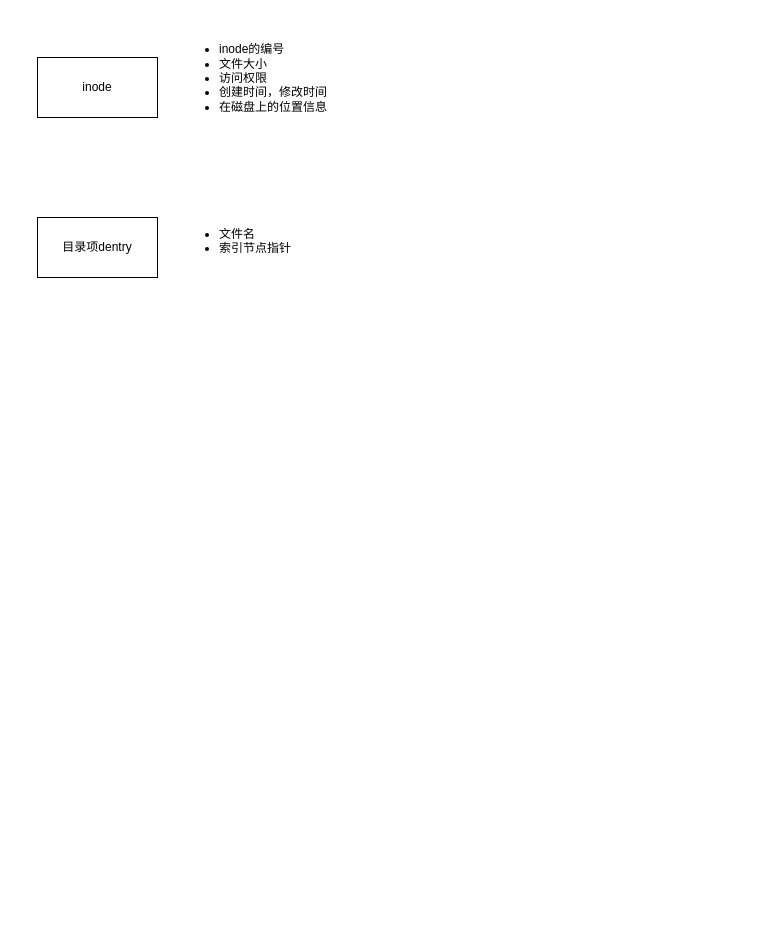
brettKK/brettkk_hugo keeps this draw.io diagram as static/os/test.drawio. Above is the earlier version. Source tidied: cells renumbered, new cells numbered last; positions are measured from the earlier drawing's top-left corner, leaving out a move shared by most shapes. Both pictures are drawn from the tidied source at 100%, with x=0, y=0 at pixel (37, 17).
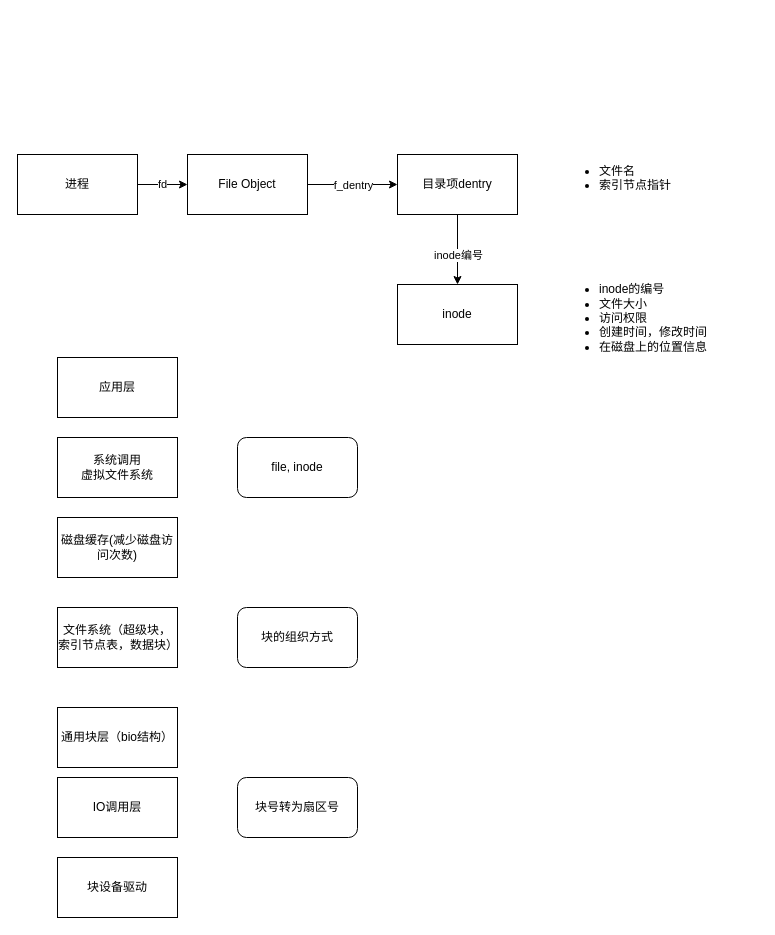
After the change.

What changed in the source:
```diff
@@
     <mxCell id="2" value="inode" style="rounded=0;whiteSpace=wrap;html=1;" parent="1" vertex="1">
-      <mxGeometry y="40" width="120" height="60" as="geometry" />
+      <mxGeometry x="360" y="267" width="120" height="60" as="geometry" />
     </mxCell>
     <mxCell id="3" value="&lt;ul&gt;&lt;li&gt;inode的编号&lt;/li&gt;&lt;li&gt;文件大小&lt;/li&gt;&lt;li&gt;访问权限&lt;/li&gt;&lt;li&gt;创建时间，修改时间&lt;/li&gt;&lt;li&gt;在磁盘上的位置信息&lt;/li&gt;&lt;/ul&gt;&lt;div&gt;&lt;br&gt;&lt;/div&gt;&lt;div&gt;&lt;br&gt;&lt;/div&gt;" style="text;strokeColor=none;fillColor=none;html=1;whiteSpace=wrap;verticalAlign=middle;overflow=hidden;" parent="1" vertex="1">
-      <mxGeometry x="140" width="200" height="150" as="geometry" />
+      <mxGeometry x="520" y="240" width="200" height="150" as="geometry" />
     </mxCell>
+    <mxCell id="6" style="edgeStyle=orthogonalEdgeStyle;rounded=0;jettySize=auto;html=1;exitX=0.5;exitY=1;exitDx=0;exitDy=0;" parent="1" edge="1" source="4" target="2">
+      <mxGeometry relative="1" as="geometry" />
+    </mxCell>
+    <mxCell id="7" value="inode编号" style="edgeLabel;html=1;align=center;verticalAlign=middle;" parent="6" vertex="1">
+      <mxGeometry x="0.13" relative="1" as="geometry" />
+    </mxCell>
     <mxCell id="4" value="目录项dentry" style="rounded=0;whiteSpace=wrap;html=1;" parent="1" vertex="1">
-      <mxGeometry y="200" width="120" height="60" as="geometry" />
+      <mxGeometry x="360" y="137" width="120" height="60" as="geometry" />
     </mxCell>
     <mxCell id="5" value="&lt;ul&gt;&lt;li&gt;文件名&lt;/li&gt;&lt;li&gt;索引节点指针&lt;/li&gt;&lt;/ul&gt;&lt;div&gt;&lt;br&gt;&lt;/div&gt;&lt;div&gt;&lt;br&gt;&lt;/div&gt;" style="text;strokeColor=none;fillColor=none;html=1;whiteSpace=wrap;verticalAlign=middle;overflow=hidden;" parent="1" vertex="1">
-      <mxGeometry x="140" y="195" width="200" height="70" as="geometry" />
+      <mxGeometry x="520" y="132" width="200" height="70" as="geometry" />
     </mxCell>
+    <mxCell id="8" value="应用层" style="rounded=0;whiteSpace=wrap;html=1;" parent="1" vertex="1">
+      <mxGeometry x="20" y="340" width="120" height="60" as="geometry" />
+    </mxCell>
+    <mxCell id="9" value="系统调用&lt;br&gt;虚拟文件系统" style="rounded=0;whiteSpace=wrap;html=1;" parent="1" vertex="1">
+      <mxGeometry x="20" y="420" width="120" height="60" as="geometry" />
+    </mxCell>
+    <mxCell id="10" value="磁盘缓存(减少磁盘访问次数)" style="rounded=0;whiteSpace=wrap;html=1;" parent="1" vertex="1">
+      <mxGeometry x="20" y="500" width="120" height="60" as="geometry" />
+    </mxCell>
+    <mxCell id="11" value="文件系统（超级块，索引节点表，数据块）" style="rounded=0;whiteSpace=wrap;html=1;" parent="1" vertex="1">
+      <mxGeometry x="20" y="590" width="120" height="60" as="geometry" />
+    </mxCell>
+    <mxCell id="12" value="块的组织方式" style="rounded=1;whiteSpace=wrap;html=1;" parent="1" vertex="1">
+      <mxGeometry x="200" y="590" width="120" height="60" as="geometry" />
+    </mxCell>
+    <mxCell id="13" value="通用块层（bio结构）" style="rounded=0;whiteSpace=wrap;html=1;" parent="1" vertex="1">
+      <mxGeometry x="20" y="690" width="120" height="60" as="geometry" />
+    </mxCell>
+    <mxCell id="14" value="块设备驱动" style="rounded=0;whiteSpace=wrap;html=1;" parent="1" vertex="1">
+      <mxGeometry x="20" y="840" width="120" height="60" as="geometry" />
+    </mxCell>
+    <mxCell id="15" value="IO调用层" style="rounded=0;whiteSpace=wrap;html=1;" parent="1" vertex="1">
+      <mxGeometry x="20" y="760" width="120" height="60" as="geometry" />
+    </mxCell>
+    <mxCell id="16" value="块号转为扇区号" style="rounded=1;whiteSpace=wrap;html=1;" parent="1" vertex="1">
+      <mxGeometry x="200" y="760" width="120" height="60" as="geometry" />
+    </mxCell>
+    <mxCell id="17" value="file, inode" style="rounded=1;whiteSpace=wrap;html=1;" parent="1" vertex="1">
+      <mxGeometry x="200" y="420" width="120" height="60" as="geometry" />
+    </mxCell>
+    <mxCell id="18" value="fd" style="edgeStyle=orthogonalEdgeStyle;rounded=0;jettySize=auto;html=1;exitX=1;exitY=0.5;exitDx=0;exitDy=0;entryX=0;entryY=0.5;entryDx=0;entryDy=0;" parent="1" edge="1" source="19" target="22">
+      <mxGeometry relative="1" as="geometry" />
+    </mxCell>
+    <mxCell id="19" value="进程" style="rounded=0;whiteSpace=wrap;html=1;" parent="1" vertex="1">
+      <mxGeometry x="-20" y="137" width="120" height="60" as="geometry" />
+    </mxCell>
+    <mxCell id="20" style="edgeStyle=orthogonalEdgeStyle;rounded=0;jettySize=auto;html=1;exitX=1;exitY=0.5;exitDx=0;exitDy=0;entryX=0;entryY=0.5;entryDx=0;entryDy=0;" parent="1" edge="1" source="22" target="4">
+      <mxGeometry relative="1" as="geometry" />
+    </mxCell>
+    <mxCell id="21" value="f_dentry&lt;br&gt;" style="edgeLabel;html=1;align=center;verticalAlign=middle;" parent="20" vertex="1">
+      <mxGeometry relative="1" as="geometry" />
+    </mxCell>
+    <mxCell id="22" value="File Object" style="rounded=0;whiteSpace=wrap;html=1;" parent="1" vertex="1">
+      <mxGeometry x="150" y="137" width="120" height="60" as="geometry" />
+    </mxCell>
```
